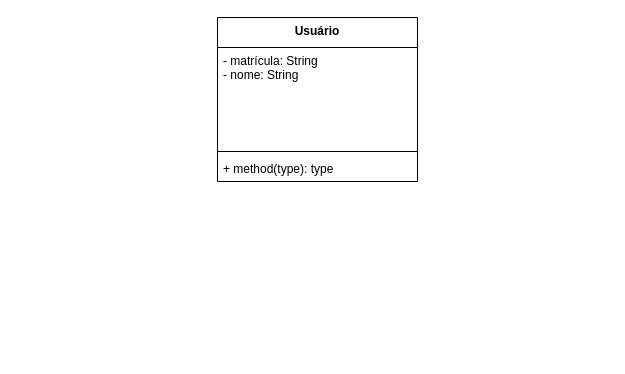
Above: diagrama.drawio in analinda444/mikeeee (draw.io), before the change. Source tidied: cells renumbered, new cells numbered last; positions are measured from the earlier drawing's top-left corner, leaving out a move shared by most shapes. Both pictures are drawn from the tidied source at 100%, with x=0, y=0 at pixel (217, 17).
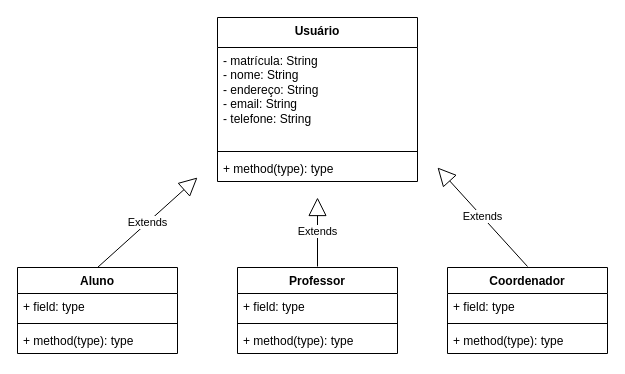
After the change.

Unchanged cells that the change refers to:
```xml
<mxCell id="2" value="Usuário" style="swimlane;fontStyle=1;align=center;verticalAlign=top;horizontal=1;startSize=30;whiteSpace=wrap;html=1;" parent="1" vertex="1">
  <mxGeometry width="200" height="164" as="geometry" />
</mxCell>
```

The edit, as a diff of the source:
```diff
@@
-    <mxCell id="3" value="- matrícula: String&lt;br&gt;- nome: String" style="text;strokeColor=none;fillColor=none;align=left;verticalAlign=top;spacingLeft=4;spacingRight=4;overflow=hidden;whiteSpace=wrap;html=1;" parent="2" vertex="1">
+    <mxCell id="3" value="- matrícula: String&lt;br&gt;- nome: String&lt;br&gt;- endereço: String&lt;br&gt;- email: String&lt;br&gt;- telefone: String&lt;br&gt;" style="text;strokeColor=none;fillColor=none;align=left;verticalAlign=top;spacingLeft=4;spacingRight=4;overflow=hidden;whiteSpace=wrap;html=1;" parent="2" vertex="1">
       <mxGeometry y="30" width="200" height="100" as="geometry" />
     </mxCell>
@@
+    <mxCell id="6" value="Professor" style="swimlane;fontStyle=1;align=center;verticalAlign=top;horizontal=1;startSize=26;whiteSpace=wrap;html=1;" parent="1" vertex="1">
+      <mxGeometry x="20" y="250" width="160" height="86" as="geometry" />
+    </mxCell>
+    <mxCell id="7" value="+ field: type" style="text;strokeColor=none;fillColor=none;align=left;verticalAlign=top;spacingLeft=4;spacingRight=4;overflow=hidden;whiteSpace=wrap;html=1;" parent="6" vertex="1">
+      <mxGeometry y="26" width="160" height="26" as="geometry" />
+    </mxCell>
+    <mxCell id="8" style="line;strokeWidth=1;fillColor=none;align=left;verticalAlign=middle;spacingTop=-1;spacingLeft=3;spacingRight=3;labelPosition=right;strokeColor=inherit;" parent="6" vertex="1">
+      <mxGeometry y="52" width="160" height="8" as="geometry" />
+    </mxCell>
+    <mxCell id="9" value="+ method(type): type" style="text;strokeColor=none;fillColor=none;align=left;verticalAlign=top;spacingLeft=4;spacingRight=4;overflow=hidden;whiteSpace=wrap;html=1;" parent="6" vertex="1">
+      <mxGeometry y="60" width="160" height="26" as="geometry" />
+    </mxCell>
+    <mxCell id="10" value="Coordenador" style="swimlane;fontStyle=1;align=center;verticalAlign=top;horizontal=1;startSize=26;whiteSpace=wrap;html=1;" parent="1" vertex="1">
+      <mxGeometry x="230" y="250" width="160" height="86" as="geometry" />
+    </mxCell>
+    <mxCell id="11" value="+ field: type" style="text;strokeColor=none;fillColor=none;align=left;verticalAlign=top;spacingLeft=4;spacingRight=4;overflow=hidden;whiteSpace=wrap;html=1;" parent="10" vertex="1">
+      <mxGeometry y="26" width="160" height="26" as="geometry" />
+    </mxCell>
+    <mxCell id="12" style="line;strokeWidth=1;fillColor=none;align=left;verticalAlign=middle;spacingTop=-1;spacingLeft=3;spacingRight=3;labelPosition=right;strokeColor=inherit;" parent="10" vertex="1">
+      <mxGeometry y="52" width="160" height="8" as="geometry" />
+    </mxCell>
+    <mxCell id="13" value="+ method(type): type" style="text;strokeColor=none;fillColor=none;align=left;verticalAlign=top;spacingLeft=4;spacingRight=4;overflow=hidden;whiteSpace=wrap;html=1;" parent="10" vertex="1">
+      <mxGeometry y="60" width="160" height="26" as="geometry" />
+    </mxCell>
+    <mxCell id="14" value="Aluno" style="swimlane;fontStyle=1;align=center;verticalAlign=top;horizontal=1;startSize=26;whiteSpace=wrap;html=1;" parent="1" vertex="1">
+      <mxGeometry x="-200" y="250" width="160" height="86" as="geometry" />
+    </mxCell>
+    <mxCell id="15" value="+ field: type" style="text;strokeColor=none;fillColor=none;align=left;verticalAlign=top;spacingLeft=4;spacingRight=4;overflow=hidden;whiteSpace=wrap;html=1;" parent="14" vertex="1">
+      <mxGeometry y="26" width="160" height="26" as="geometry" />
+    </mxCell>
+    <mxCell id="16" style="line;strokeWidth=1;fillColor=none;align=left;verticalAlign=middle;spacingTop=-1;spacingLeft=3;spacingRight=3;labelPosition=right;strokeColor=inherit;" parent="14" vertex="1">
+      <mxGeometry y="52" width="160" height="8" as="geometry" />
+    </mxCell>
+    <mxCell id="17" value="+ method(type): type" style="text;strokeColor=none;fillColor=none;align=left;verticalAlign=top;spacingLeft=4;spacingRight=4;overflow=hidden;whiteSpace=wrap;html=1;" parent="14" vertex="1">
+      <mxGeometry y="60" width="160" height="26" as="geometry" />
+    </mxCell>
+    <mxCell id="18" value="Extends" style="endArrow=block;endSize=16;endFill=0;html=1;rounded=0;exitX=0.5;exitY=0;exitDx=0;exitDy=0;" parent="1" edge="1" source="14">
+      <mxGeometry relative="1" as="geometry">
+        <mxPoint x="-20" y="160" as="targetPoint" />
+      </mxGeometry>
+    </mxCell>
+    <mxCell id="19" value="Extends" style="endArrow=block;endSize=16;endFill=0;html=1;rounded=0;" parent="1" edge="1">
+      <mxGeometry relative="1" as="geometry">
+        <mxPoint x="100" y="249" as="sourcePoint" />
+        <mxPoint x="100" y="180" as="targetPoint" />
+      </mxGeometry>
+    </mxCell>
+    <mxCell id="20" value="Extends" style="endArrow=block;endSize=16;endFill=0;html=1;rounded=0;" parent="1" edge="1">
+      <mxGeometry relative="1" as="geometry">
+        <mxPoint x="310" y="249" as="sourcePoint" />
+        <mxPoint x="220" y="150" as="targetPoint" />
+      </mxGeometry>
+    </mxCell>
```
